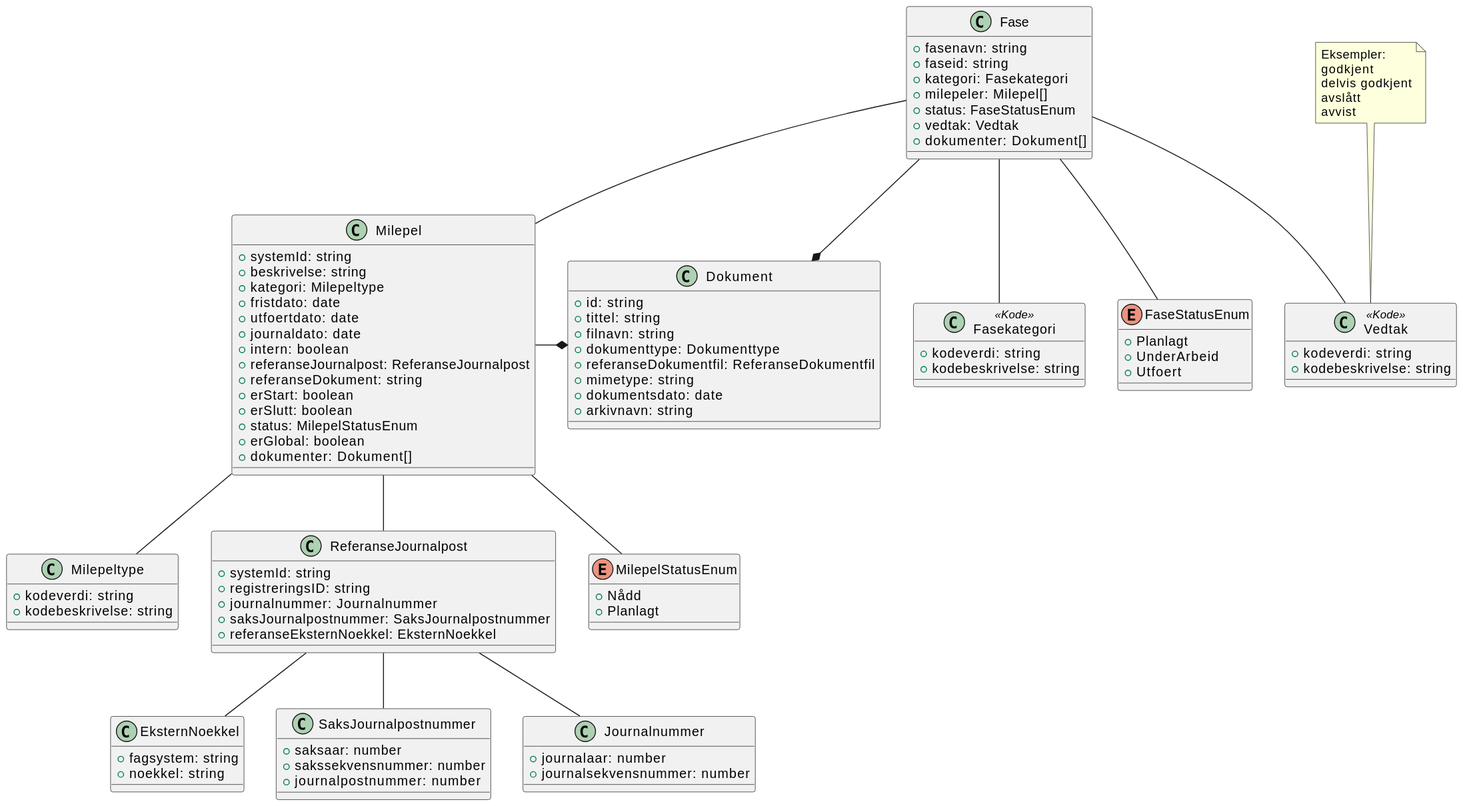
Before: Dokumentasjon/V1/ClassDiagrams/no.ks.fiks.saksfaser.v1.felles.fase/classdiagram.svg, a diagram exported from PlantUML (ks-no/fiks-saksfaser-specification).
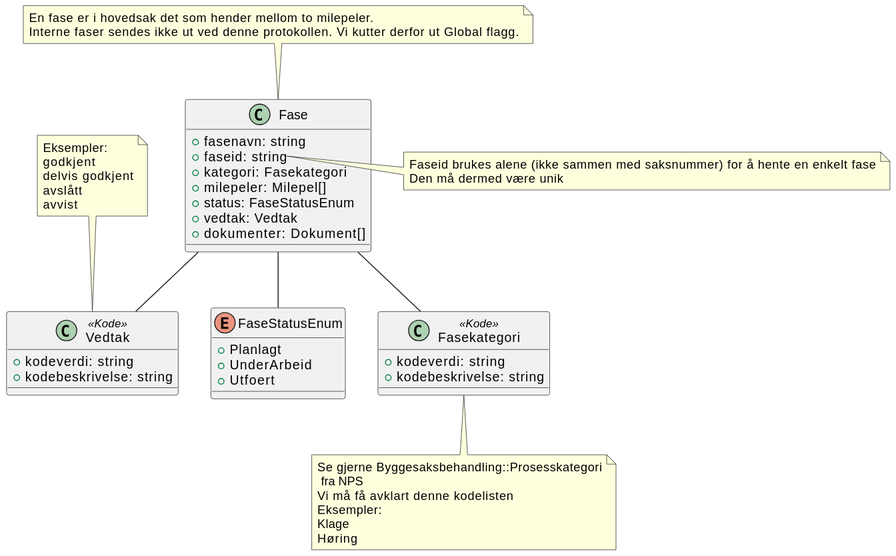
The same diagram one commit later.

What changed in the source:
```diff
@@ -9,11 +9,16 @@
     +dokumenter: Dokument[]
 }
 
-Fase -* Dokument
-Fase -- Milepel
-Fase -- Fasekategori
+note top of Fase : En fase er i hovedsak det som hender mellom to milepeler.\nInterne faser sendes ikke ut ved denne protokollen. Vi kutter derfor ut Global flagg.
+
+note right of Fase::faseid
+    Faseid brukes alene (ikke sammen med saksnummer) for å hente en enkelt fase
+    Den må dermed være unik
+end note
+
 Fase -- Vedtak
 Fase -- FaseStatusEnum
+Fase -- Fasekategori
 
 enum FaseStatusEnum {
     +Planlagt
@@ -33,74 +38,5 @@
     +kodebeskrivelse: string
 }
 
-class Milepel {
-    +systemId: string
-    +beskrivelse: string
-    +kategori: Milepeltype
-    +fristdato: date
-    +utfoertdato: date
-    +journaldato: date
-    +intern: boolean
-    +referanseJournalpost: ReferanseJournalpost
-    +referanseDokument: string
-    +erStart: boolean
-    +erSlutt: boolean
-    +status: MilepelStatusEnum
-    +erGlobal: boolean
-    +dokumenter: Dokument[]
-}
-
-Milepel -- Milepeltype
-Milepel -- ReferanseJournalpost
-
-class Milepeltype {
-    +kodeverdi: string
-    +kodebeskrivelse: string
-}
-
-class ReferanseJournalpost {
-    +systemId: string
-    +registreringsID: string
-    +journalnummer: Journalnummer
-    +saksJournalpostnummer: SaksJournalpostnummer
-    +referanseEksternNoekkel: EksternNoekkel
-}
-
-Milepel -- MilepelStatusEnum
-Milepel -* Dokument
-ReferanseJournalpost -- EksternNoekkel
-ReferanseJournalpost -- SaksJournalpostnummer
-ReferanseJournalpost -- Journalnummer
-
-class SaksJournalpostnummer {
-    +saksaar: number
-    +sakssekvensnummer: number
-    +journalpostnummer: number
-}
-
-class Journalnummer {
-    +journalaar: number
-    +journalsekvensnummer: number
-}
-
-class EksternNoekkel {
-    +fagsystem: string
-    +noekkel: string
-}
-
-class Dokument {
-    +id: string
-    +tittel: string
-    +filnavn: string
-    +dokumenttype: Dokumenttype
-    +referanseDokumentfil: ReferanseDokumentfil
-    +mimetype: string
-    +dokumentsdato: date
-    +arkivnavn: string
-}
-
-enum MilepelStatusEnum {
-    +Nådd
-    +Planlagt
-}
+note bottom of Fasekategori : Se gjerne Byggesaksbehandling::Prosesskategori\n fra NPS\nVi må få avklart denne kodelisten\nEksempler:\nKlage\nHøring
 @enduml
```
